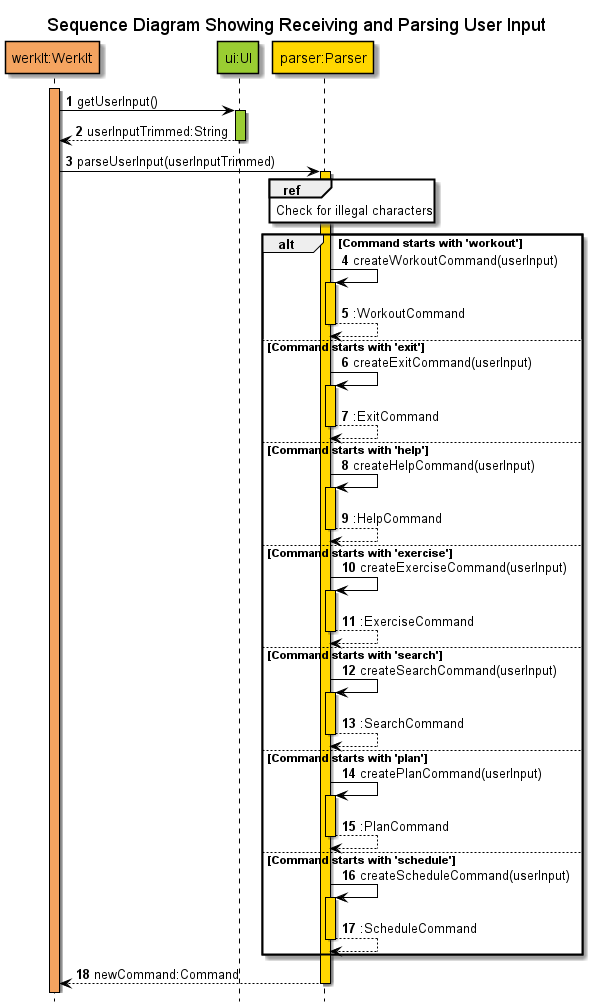
The PlantUML diagram docs/uml/sequenceDiagrams/miscellaneous/images/obtainAndParseUserInput.png in nus-cs2113-AY2122S2/tp, before a commit.
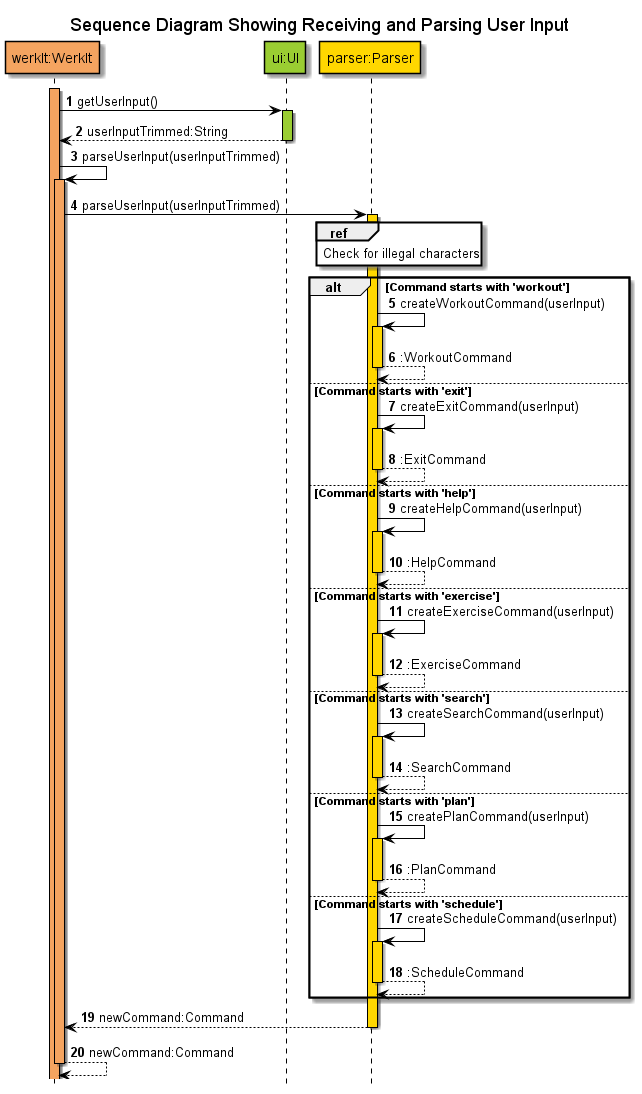
After the change.

Commit message:
Update DeveloperGuide.md to reflect changes in `WerkIt#startContinuousUserPrompt()`

What changed in the source:
```diff
@@ -15,6 +15,8 @@
 activate UI COLOR_UI
 return userInputTrimmed:String
 
+WerkIt -> WerkIt : parseUserInput(userInputTrimmed)
+activate WerkIt COLOR_WERKIT
 WerkIt -> Parser : parseUserInput(userInputTrimmed)
 activate Parser COLOR_PARSER
 ref over Parser
@@ -52,5 +54,6 @@
 end
 
 return newCommand:Command
+return newCommand:Command
 
 @enduml
```
